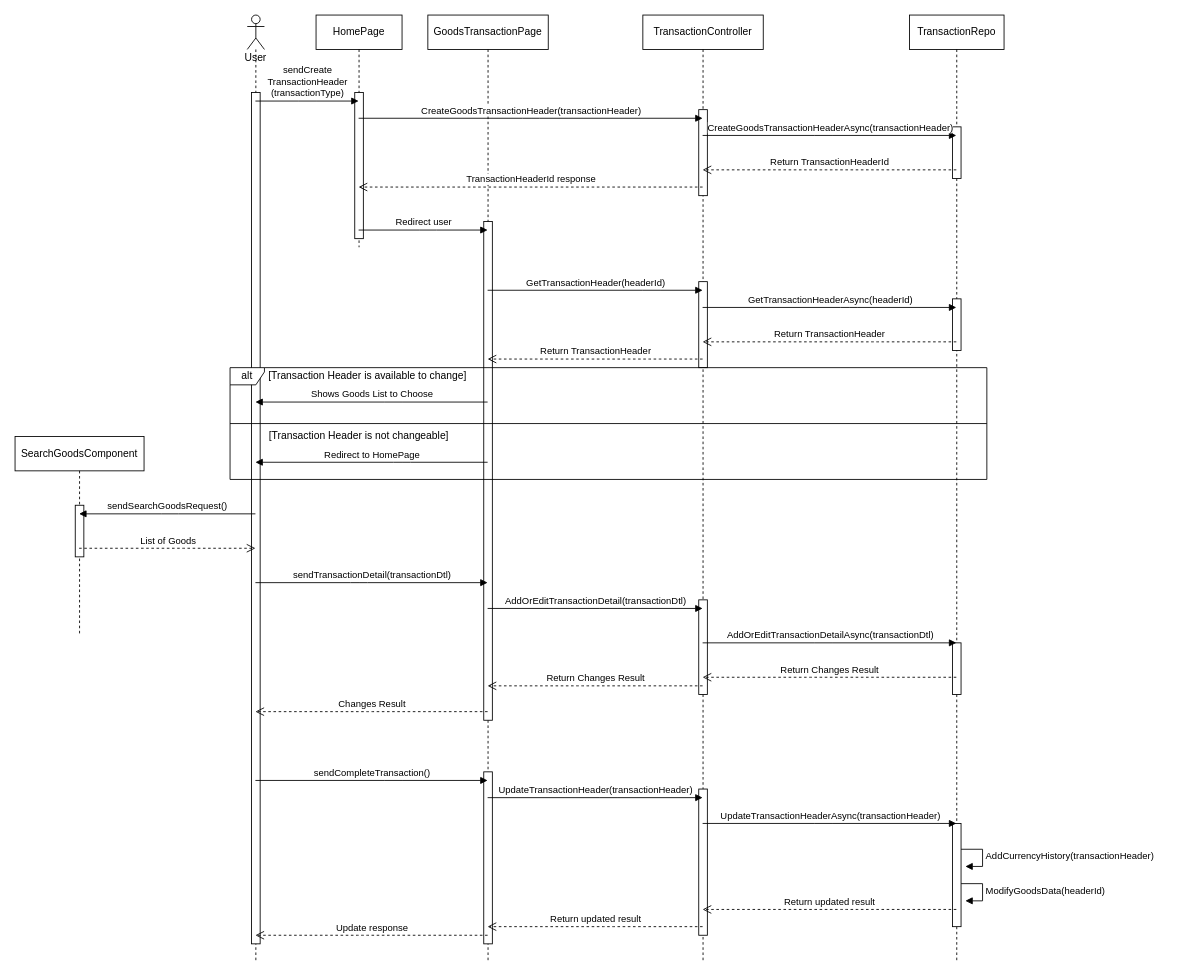
ryusu777/dodo-app keeps this draw.io diagram as Diagram/Selling & Purchasing Goods Sequence.drawio. Above is the earlier version. Source tidied: cells renumbered, new cells numbered last; positions are measured from the earlier drawing's top-left corner, leaving out a move shared by most shapes. Both pictures are drawn from the tidied source at 86%, with x=0, y=0 at pixel (15, 15).
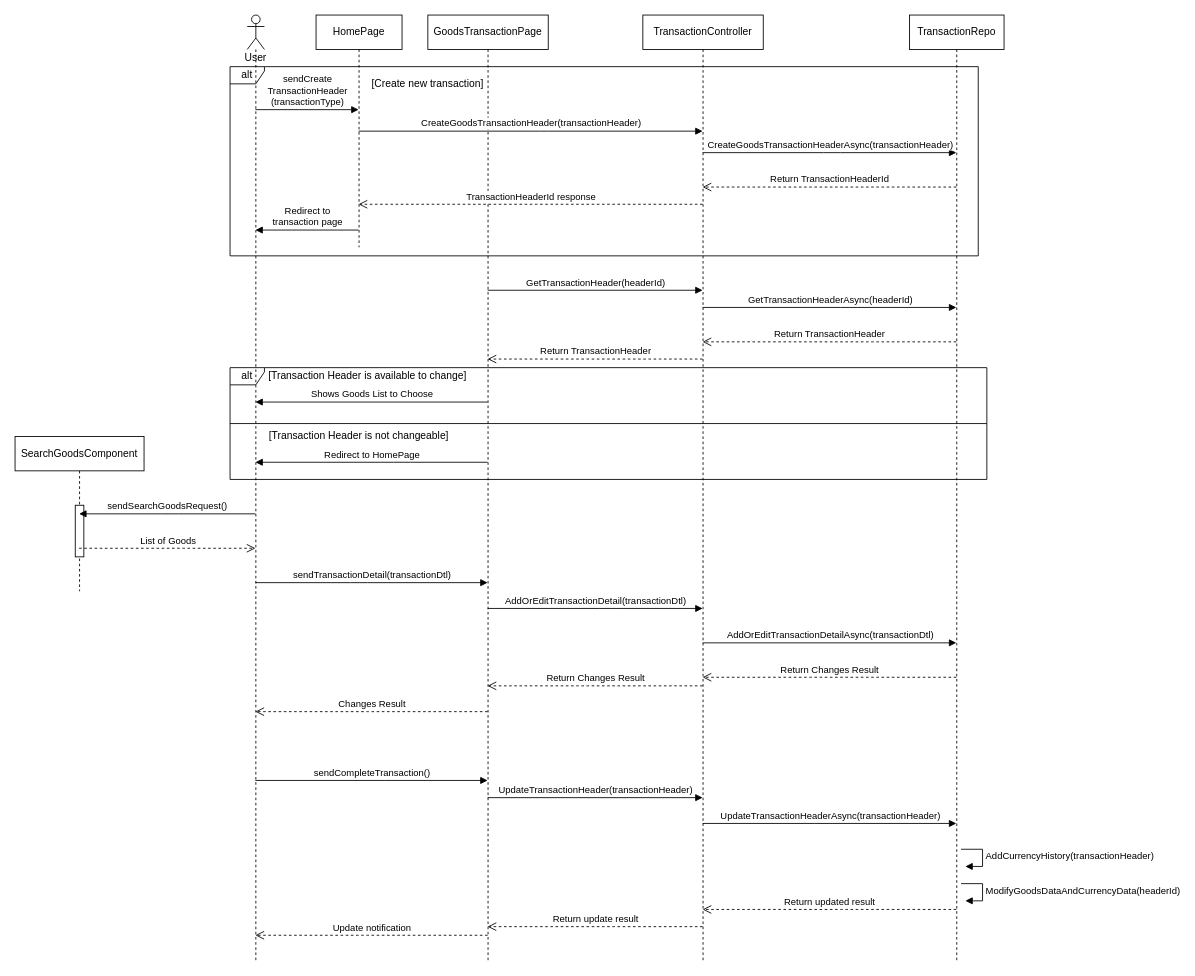
After the change.

The change refers to these unchanged cells:
```xml
<mxCell id="2" value="User" style="shape=umlLifeline;participant=umlActor;perimeter=lifelinePerimeter;whiteSpace=wrap;html=1;verticalAlign=top;spacingTop=36;outlineConnect=0;" parent="1" vertex="1">
  <mxGeometry x="270" width="20" height="1100" as="geometry" />
</mxCell>
<mxCell id="4" value="GoodsTransactionPage" style="shape=umlLifeline;perimeter=lifelinePerimeter;whiteSpace=wrap;html=1;outlineConnect=0;" parent="1" vertex="1">
  <mxGeometry x="480" width="140" height="1100" as="geometry" />
</mxCell>
<mxCell id="7" value="TransactionController" style="shape=umlLifeline;perimeter=lifelinePerimeter;whiteSpace=wrap;html=1;outlineConnect=0;" parent="1" vertex="1">
  <mxGeometry x="730" width="140" height="1100" as="geometry" />
</mxCell>
<mxCell id="12" value="TransactionRepo" style="shape=umlLifeline;perimeter=lifelinePerimeter;whiteSpace=wrap;html=1;outlineConnect=0;" parent="1" vertex="1">
  <mxGeometry x="1040" width="110" height="1100" as="geometry" />
</mxCell>
<mxCell id="41" value="HomePage" style="shape=umlLifeline;perimeter=lifelinePerimeter;whiteSpace=wrap;html=1;outlineConnect=0;" parent="1" vertex="1">
  <mxGeometry x="350" width="100" height="270" as="geometry" />
</mxCell>
```

The edit, as a diff of the source:
```diff
@@
+    <mxCell id="53" value="alt" style="shape=umlFrame;whiteSpace=wrap;html=1;width=40;height=20;" parent="1" vertex="1">
+      <mxGeometry x="250" y="60" width="870" height="220" as="geometry" />
+    </mxCell>
+    <mxCell id="49" value="alt" style="shape=umlFrame;whiteSpace=wrap;html=1;width=40;height=20;" parent="1" vertex="1">
+      <mxGeometry x="250" y="410" width="880" height="130" as="geometry" />
+    </mxCell>
@@
-    <mxCell id="3" style="html=1;perimeter=orthogonalPerimeter;" parent="2" vertex="1">
-      <mxGeometry x="5" y="90" width="10" height="990" as="geometry" />
-    </mxCell>
@@
-    <mxCell id="5" style="html=1;perimeter=orthogonalPerimeter;" parent="4" vertex="1">
-      <mxGeometry x="65" y="240" width="10" height="580" as="geometry" />
-    </mxCell>
-    <mxCell id="6" style="html=1;perimeter=orthogonalPerimeter;" parent="4" vertex="1">
-      <mxGeometry x="65" y="880" width="10" height="200" as="geometry" />
-    </mxCell>
@@
-    <mxCell id="8" style="html=1;perimeter=orthogonalPerimeter;" parent="7" vertex="1">
-      <mxGeometry x="65" y="680" width="10" height="110" as="geometry" />
-    </mxCell>
-    <mxCell id="9" style="html=1;perimeter=orthogonalPerimeter;" parent="7" vertex="1">
-      <mxGeometry x="65" y="900" width="10" height="170" as="geometry" />
-    </mxCell>
-    <mxCell id="10" style="html=1;perimeter=orthogonalPerimeter;" parent="7" vertex="1">
-      <mxGeometry x="65" y="110" width="10" height="100" as="geometry" />
-    </mxCell>
-    <mxCell id="11" style="html=1;perimeter=orthogonalPerimeter;" parent="7" vertex="1">
-      <mxGeometry x="65" y="310" width="10" height="100" as="geometry" />
-    </mxCell>
@@
-    <mxCell id="13" style="html=1;perimeter=orthogonalPerimeter;" parent="12" vertex="1">
-      <mxGeometry x="50" y="730" width="10" height="60" as="geometry" />
-    </mxCell>
-    <mxCell id="14" value="ModifyGoodsData(headerId)" style="edgeStyle=orthogonalEdgeStyle;html=1;align=left;spacingLeft=2;endArrow=block;rounded=0;entryX=1;entryY=0;" parent="12" edge="1">
+    <mxCell id="14" value="ModifyGoodsDataAndCurrencyData(headerId)" style="edgeStyle=orthogonalEdgeStyle;html=1;align=left;spacingLeft=2;endArrow=block;rounded=0;entryX=1;entryY=0;" parent="12" edge="1">
       <mxGeometry relative="1" as="geometry">
         <mxPoint x="60" y="1010" as="sourcePoint" />
         <mxPoint x="65" y="1030" as="targetPoint" />
         <Array as="points">
           <mxPoint x="85" y="1010" />
         </Array>
       </mxGeometry>
     </mxCell>
@@
-    <mxCell id="16" style="html=1;perimeter=orthogonalPerimeter;" parent="12" vertex="1">
-      <mxGeometry x="50" y="940" width="10" height="120" as="geometry" />
-    </mxCell>
-    <mxCell id="17" style="html=1;perimeter=orthogonalPerimeter;" parent="12" vertex="1">
-      <mxGeometry x="50" y="130" width="10" height="60" as="geometry" />
-    </mxCell>
-    <mxCell id="18" style="html=1;perimeter=orthogonalPerimeter;" parent="12" vertex="1">
-      <mxGeometry x="50" y="330" width="10" height="60" as="geometry" />
-    </mxCell>
@@
     <mxCell id="23" value="SearchGoodsComponent" style="shape=umlLifeline;perimeter=lifelinePerimeter;whiteSpace=wrap;html=1;outlineConnect=0;" parent="1" vertex="1">
-      <mxGeometry y="490" width="150" height="230" as="geometry" />
+      <mxGeometry y="490" width="150" height="180" as="geometry" />
     </mxCell>
@@
-    <mxCell id="33" value="Return updated result" style="html=1;verticalAlign=bottom;endArrow=open;dashed=1;endSize=8;" parent="1" edge="1" source="7" target="4">
+    <mxCell id="33" value="Return update result" style="html=1;verticalAlign=bottom;endArrow=open;dashed=1;endSize=8;" parent="1" edge="1" source="7" target="4">
       <mxGeometry relative="1" as="geometry">
         <Array as="points">
           <mxPoint x="690" y="1060" />
         </Array>
       </mxGeometry>
     </mxCell>
-    <mxCell id="34" value="Update response" style="html=1;verticalAlign=bottom;endArrow=open;dashed=1;endSize=8;" parent="1" edge="1" source="4" target="2">
+    <mxCell id="34" value="Update notification" style="html=1;verticalAlign=bottom;endArrow=open;dashed=1;endSize=8;" parent="1" edge="1" source="4" target="2">
       <mxGeometry relative="1" as="geometry">
         <Array as="points">
           <mxPoint x="400" y="1070" />
         </Array>
       </mxGeometry>
     </mxCell>
@@
-    <mxCell id="42" style="html=1;perimeter=orthogonalPerimeter;" parent="41" vertex="1">
-      <mxGeometry x="45" y="90" width="10" height="170" as="geometry" />
-    </mxCell>
     <mxCell id="43" value="sendCreate&lt;br&gt;TransactionHeader&lt;br&gt;(transactionType)" style="html=1;verticalAlign=bottom;endArrow=block;" parent="1" edge="1" source="2" target="41">
       <mxGeometry relative="1" as="geometry">
         <Array as="points">
-          <mxPoint x="340" y="100" />
+          <mxPoint x="340" y="110" />
         </Array>
       </mxGeometry>
     </mxCell>
     <mxCell id="44" value="CreateGoodsTransactionHeader(transactionHeader)" style="html=1;verticalAlign=bottom;endArrow=block;" parent="1" edge="1" source="41" target="7">
       <mxGeometry relative="1" as="geometry">
         <Array as="points">
-          <mxPoint x="600" y="120" />
+          <mxPoint x="610" y="135" />
         </Array>
       </mxGeometry>
     </mxCell>
     <mxCell id="45" value="CreateGoodsTransactionHeaderAsync(transactionHeader)" style="html=1;verticalAlign=bottom;endArrow=block;" parent="1" edge="1" source="7" target="12">
       <mxGeometry relative="1" as="geometry">
         <Array as="points">
-          <mxPoint x="940" y="140" />
+          <mxPoint x="950" y="160" />
         </Array>
       </mxGeometry>
     </mxCell>
     <mxCell id="46" value="Return TransactionHeaderId" style="html=1;verticalAlign=bottom;endArrow=open;dashed=1;endSize=8;" parent="1" edge="1" source="12" target="7">
       <mxGeometry relative="1" as="geometry">
         <Array as="points">
-          <mxPoint x="930" y="180" />
+          <mxPoint x="930" y="200" />
         </Array>
       </mxGeometry>
     </mxCell>
     <mxCell id="47" value="TransactionHeaderId response" style="html=1;verticalAlign=bottom;endArrow=open;dashed=1;endSize=8;" parent="1" edge="1" source="7" target="41">
       <mxGeometry relative="1" as="geometry">
         <Array as="points">
-          <mxPoint x="590" y="200" />
+          <mxPoint x="600" y="220" />
         </Array>
       </mxGeometry>
     </mxCell>
-    <mxCell id="48" value="Redirect user" style="html=1;verticalAlign=bottom;endArrow=block;" parent="1" edge="1" source="41" target="4">
+    <mxCell id="48" value="Redirect to &lt;br&gt;transaction page" style="html=1;verticalAlign=bottom;endArrow=block;" parent="1" edge="1" source="41" target="2">
       <mxGeometry relative="1" as="geometry">
         <Array as="points">
-          <mxPoint x="480" y="250" />
+          <mxPoint x="340" y="250" />
         </Array>
       </mxGeometry>
     </mxCell>
-    <mxCell id="49" value="alt" style="shape=umlFrame;whiteSpace=wrap;html=1;width=40;height=20;" parent="1" vertex="1">
-      <mxGeometry x="250" y="410" width="880" height="130" as="geometry" />
-    </mxCell>
@@
+    <mxCell id="54" value="[Create new transaction]" style="text;html=1;strokeColor=none;fillColor=none;align=center;verticalAlign=middle;whiteSpace=wrap;rounded=0;" parent="1" vertex="1">
+      <mxGeometry x="410" y="70" width="140" height="20" as="geometry" />
+    </mxCell>
```
